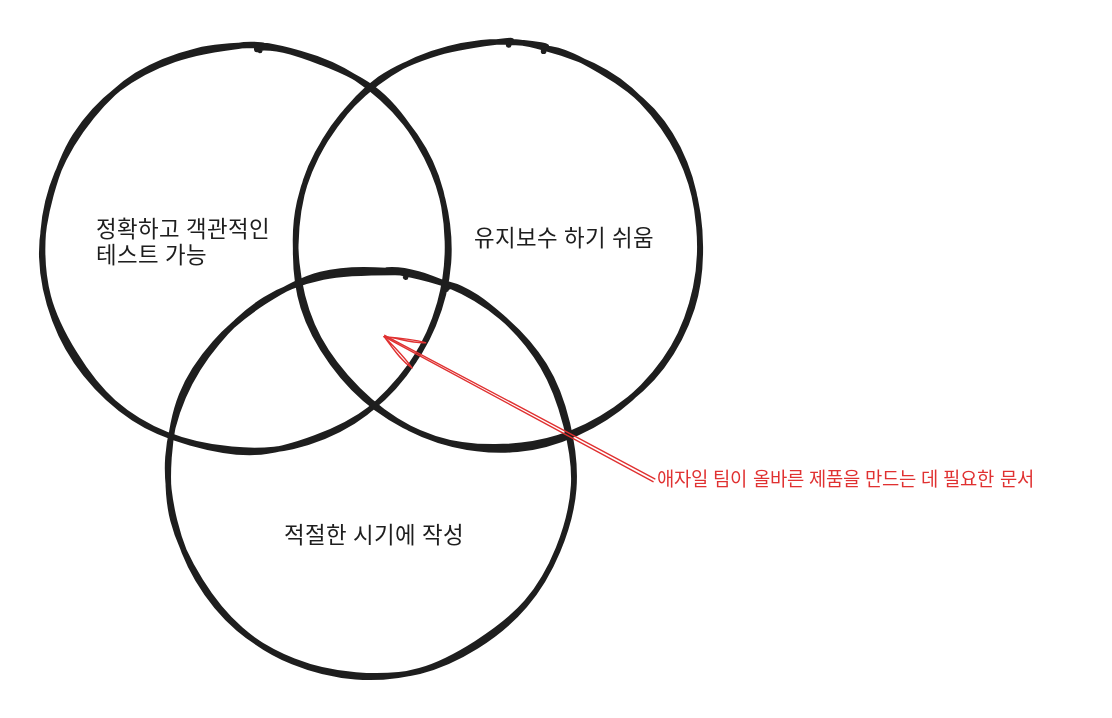
Earlier version of the Excalidraw export .gitbook/assets/file.excalidraw (3).svg (Team-Shift-4/Jungin_TIL). Source tidied: one line per element, renumbered; positions are measured from the earlier drawing's top-left corner, leaving out a move shared by most shapes.
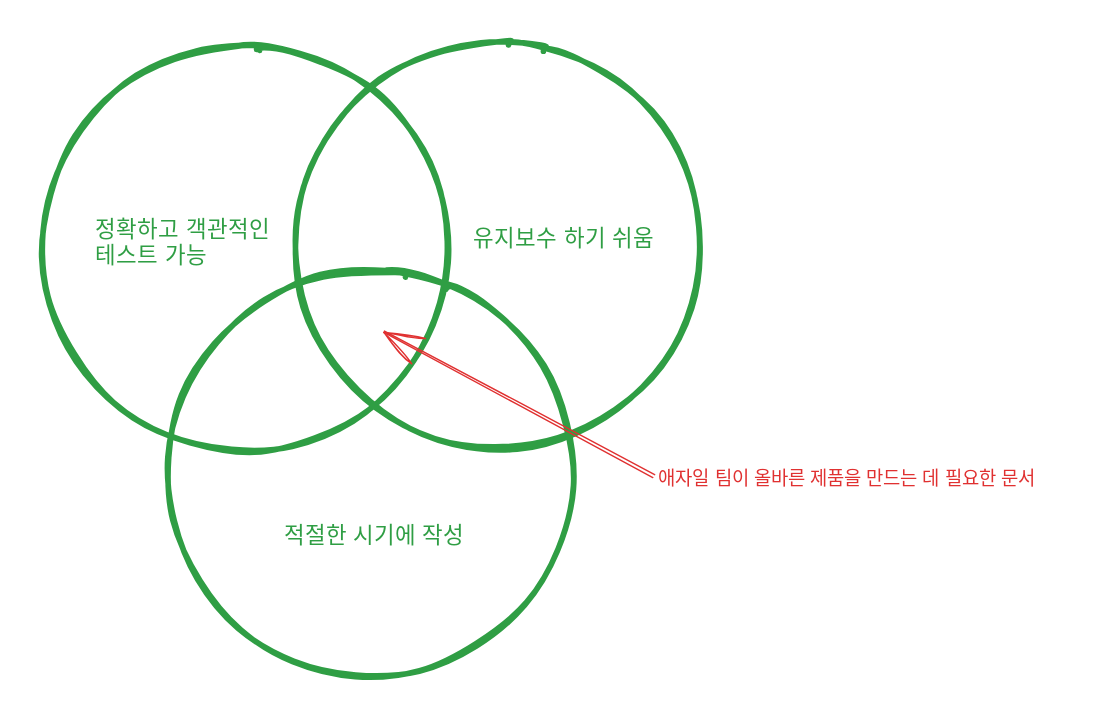
After the commit.

The edit, as a diff of the source:
```diff
@@ -1,8 +1,8 @@
-{"id": 0, "type": "ellipse", "strokeColor": "#1e1e1e", "strokeWidth": 4, "roughness": 1, "round": true, "x": 0, "y": 2, "width": 290, "height": 290}
+{"id": 0, "type": "ellipse", "strokeColor": "#2f9e44", "strokeWidth": 4, "roughness": 1, "round": true, "x": 0, "y": 2, "width": 290, "height": 290}
-{"id": 1, "type": "ellipse", "strokeColor": "#1e1e1e", "strokeWidth": 4, "roughness": 1, "round": true, "x": 181, "y": 0, "width": 290, "height": 290}
+{"id": 1, "type": "ellipse", "strokeColor": "#2f9e44", "strokeWidth": 4, "roughness": 1, "round": true, "x": 181, "y": 0, "width": 290, "height": 290}
-{"id": 2, "type": "ellipse", "strokeColor": "#1e1e1e", "strokeWidth": 4, "roughness": 1, "round": true, "x": 90, "y": 163, "width": 290, "height": 290}
+{"id": 2, "type": "ellipse", "strokeColor": "#2f9e44", "strokeWidth": 4, "roughness": 1, "round": true, "x": 90, "y": 163, "width": 290, "height": 290}
-{"id": 3, "type": "text", "text": "정확하고 객관적인\n테스트 가능", "strokeColor": "#1e1e1e", "strokeWidth": 4, "roughness": 1, "fontSize": 16, "fontFamily": 2, "x": 38, "y": 125, "width": 132, "height": 37}
+{"id": 3, "type": "text", "text": "정확하고 객관적인\n테스트 가능", "strokeColor": "#2f9e44", "strokeWidth": 4, "roughness": 1, "fontSize": 16, "fontFamily": 2, "x": 38, "y": 125, "width": 132, "height": 37}
-{"id": 4, "type": "text", "text": "유지보수 하기 쉬움", "strokeColor": "#1e1e1e", "strokeWidth": 4, "roughness": 1, "fontSize": 16, "fontFamily": 2, "x": 308, "y": 131, "width": 137, "height": 18}
+{"id": 4, "type": "text", "text": "유지보수 하기 쉬움", "strokeColor": "#2f9e44", "strokeWidth": 4, "roughness": 1, "fontSize": 16, "fontFamily": 2, "x": 308, "y": 131, "width": 137, "height": 18}
-{"id": 5, "type": "text", "text": "적절한 시기에 작성", "strokeColor": "#1e1e1e", "strokeWidth": 4, "roughness": 1, "fontSize": 16, "fontFamily": 2, "x": 173, "y": 343, "width": 137, "height": 18}
+{"id": 5, "type": "text", "text": "적절한 시기에 작성", "strokeColor": "#2f9e44", "strokeWidth": 4, "roughness": 1, "fontSize": 16, "fontFamily": 2, "x": 173, "y": 343, "width": 137, "height": 18}
-{"id": 6, "type": "text", "text": "애자일 팀이 올바른 제품을 만드는 데 필요한 문서", "strokeColor": "#e03131", "strokeWidth": 4, "roughness": 1, "fontSize": 13.43, "fontFamily": 2, "x": 439, "y": 305, "width": 295, "height": 15}
+{"id": 6, "type": "text", "text": "애자일 팀이 올바른 제품을 만드는 데 필요한 문서", "strokeColor": "#e03131", "strokeWidth": 4, "roughness": 1, "fontSize": 13.43, "fontFamily": 2, "x": 440, "y": 304, "width": 295, "height": 15}
-{"id": 7, "type": "arrow", "strokeColor": "#e03131", "strokeWidth": 1, "roughness": 1, "endArrowhead": "arrow", "round": true, "from": 6, "x": 437, "y": 313, "width": 194, "height": 103, "points": [[0, 0], [-194, -103]]}
+{"id": 7, "type": "arrow", "strokeColor": "#e03131", "strokeWidth": 1, "roughness": 1, "endArrowhead": "arrow", "round": true, "from": 6, "x": 437, "y": 310, "width": 194, "height": 103, "points": [[0, 0], [-194, -103]]}
```
